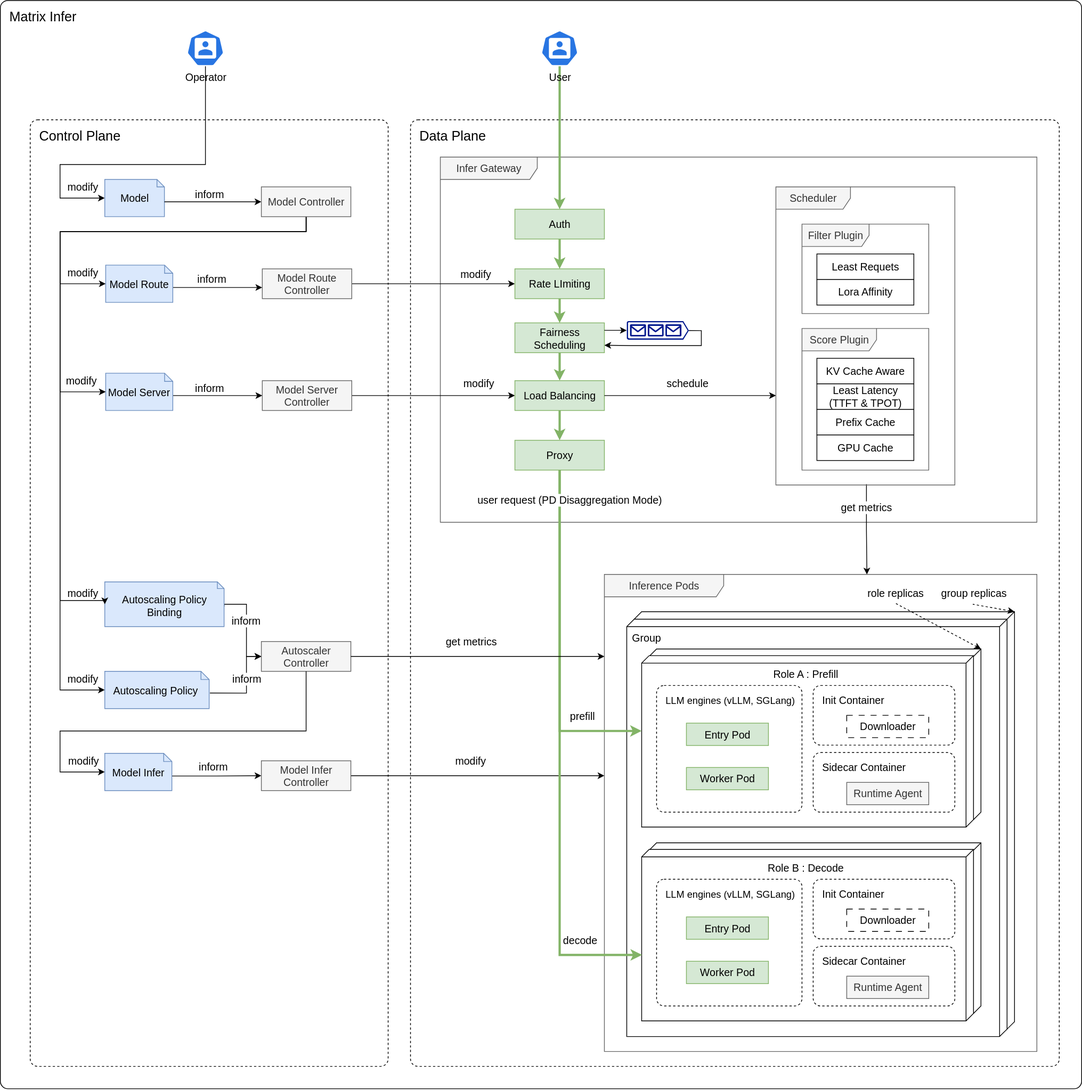
This is docs/matrixinfer/static/img/diagrams/architecture/architecture_overview.svg from matrixinfer-ai/kthena, a draw.io export, as it was before one commit. Source tidied: cells renumbered, new cells last; positions are measured from the earlier drawing's top-left corner, leaving out a move shared by most shapes.
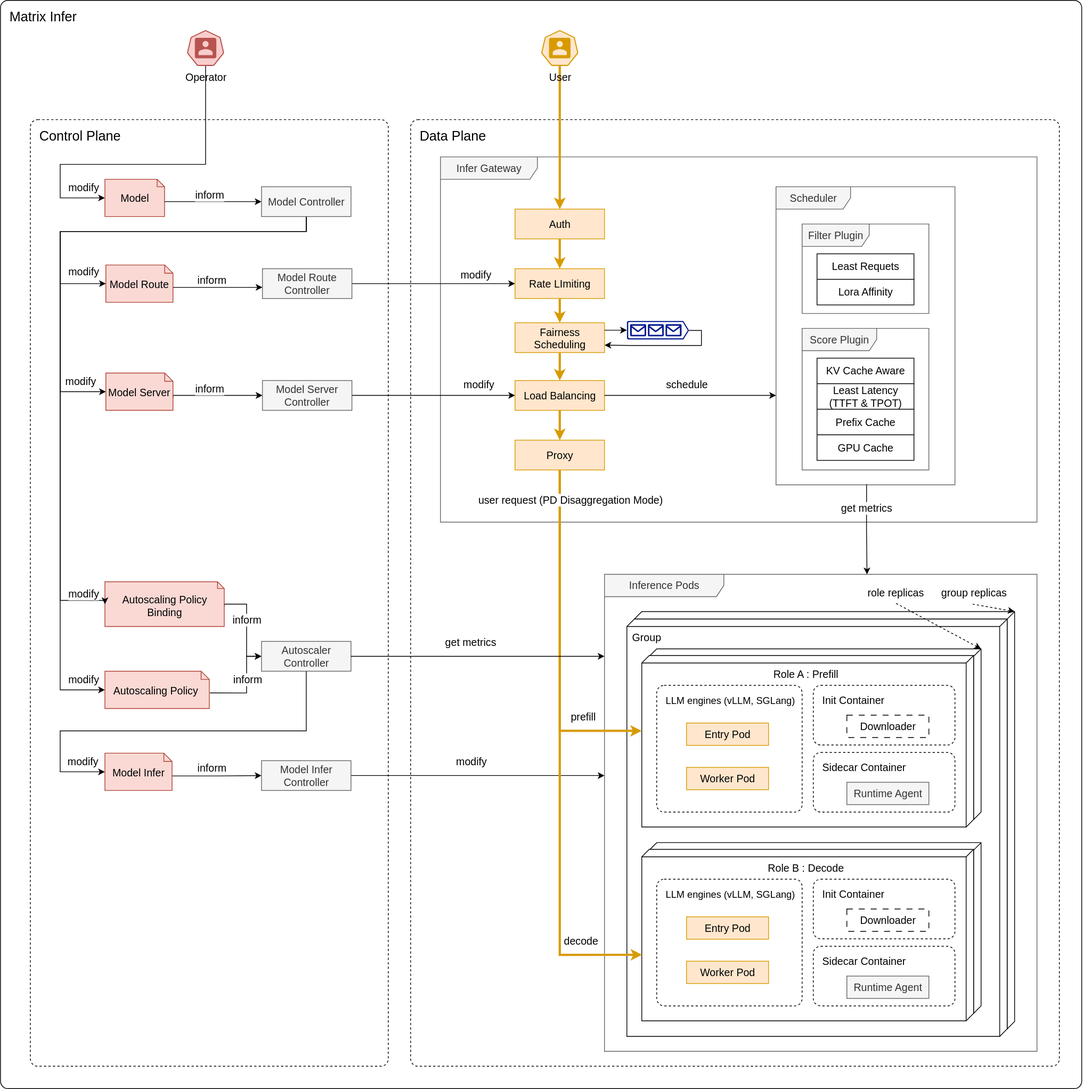
Above is the later version.

Commit message:
day time color

The edit, as a diff of the source:
```diff
@@ -43,6 +43,6 @@
     </mxCell>
-    <mxCell id="15" value="Entry Pod" style="html=1;align=center;verticalAlign=middle;dashed=0;whiteSpace=wrap;fillColor=#d5e8d4;strokeColor=#82b366;fontSize=14;" parent="6" vertex="1">
+    <mxCell id="15" value="Entry Pod" style="html=1;align=center;verticalAlign=middle;dashed=0;whiteSpace=wrap;fillColor=#ffe6cc;strokeColor=#d79b00;fontSize=14;" parent="6" vertex="1">
       <mxGeometry x="110" y="199.5" width="110" height="30" as="geometry" />
     </mxCell>
-    <mxCell id="16" value="Worker Pod" style="html=1;align=center;verticalAlign=middle;dashed=0;whiteSpace=wrap;fillColor=#d5e8d4;strokeColor=#82b366;fontSize=14;" parent="6" vertex="1">
+    <mxCell id="16" value="Worker Pod" style="html=1;align=center;verticalAlign=middle;dashed=0;whiteSpace=wrap;fillColor=#ffe6cc;strokeColor=#d79b00;fontSize=14;" parent="6" vertex="1">
       <mxGeometry x="110" y="259" width="110" height="30" as="geometry" />
@@ -70,6 +70,6 @@
     </mxCell>
-    <mxCell id="24" value="Entry Pod" style="html=1;align=center;verticalAlign=middle;dashed=0;whiteSpace=wrap;fillColor=#d5e8d4;strokeColor=#82b366;fontSize=14;" parent="6" vertex="1">
+    <mxCell id="24" value="Entry Pod" style="html=1;align=center;verticalAlign=middle;dashed=0;whiteSpace=wrap;fillColor=#ffe6cc;strokeColor=#d79b00;fontSize=14;" parent="6" vertex="1">
       <mxGeometry x="110" y="459.5" width="110" height="30" as="geometry" />
     </mxCell>
-    <mxCell id="25" value="Worker Pod" style="html=1;align=center;verticalAlign=middle;dashed=0;whiteSpace=wrap;fillColor=#d5e8d4;strokeColor=#82b366;fontSize=14;" parent="6" vertex="1">
+    <mxCell id="25" value="Worker Pod" style="html=1;align=center;verticalAlign=middle;dashed=0;whiteSpace=wrap;fillColor=#ffe6cc;strokeColor=#d79b00;fontSize=14;" parent="6" vertex="1">
       <mxGeometry x="110" y="519" width="110" height="30" as="geometry" />
@@ -91,6 +91,6 @@
     </mxCell>
-    <mxCell id="31" style="edgeStyle=orthogonalEdgeStyle;rounded=0;jettySize=auto;html=1;exitX=0.5;exitY=1;exitDx=0;exitDy=0;exitPerimeter=0;entryX=0.5;entryY=0;entryDx=0;entryDy=0;fillColor=#d5e8d4;strokeColor=#82b366;strokeWidth=3;fontSize=14;" parent="1" edge="1" source="32" target="59">
+    <mxCell id="31" style="edgeStyle=orthogonalEdgeStyle;rounded=0;jettySize=auto;html=1;exitX=0.5;exitY=1;exitDx=0;exitDy=0;exitPerimeter=0;entryX=0.5;entryY=0;entryDx=0;entryDy=0;fillColor=#ffe6cc;strokeColor=#d79b00;strokeWidth=3;fontSize=14;" parent="1" edge="1" source="32" target="59">
       <mxGeometry relative="1" as="geometry" />
     </mxCell>
-    <mxCell id="32" value="User" style="sketch=0;html=1;dashed=0;whitespace=wrap;verticalLabelPosition=bottom;verticalAlign=top;fillColor=#2875E2;strokeColor=#ffffff;points=[[0.005,0.63,0],[0.1,0.2,0],[0.9,0.2,0],[0.5,0,0],[0.995,0.63,0],[0.72,0.99,0],[0.5,1,0],[0.28,0.99,0]];shape=mxgraph.kubernetes.icon2;prIcon=user;fontSize=14;" parent="1" vertex="1">
+    <mxCell id="32" value="User" style="sketch=0;html=1;dashed=0;whitespace=wrap;verticalLabelPosition=bottom;verticalAlign=top;points=[[0.005,0.63,0],[0.1,0.2,0],[0.9,0.2,0],[0.5,0,0],[0.995,0.63,0],[0.72,0.99,0],[0.5,1,0],[0.28,0.99,0]];shape=mxgraph.kubernetes.icon2;prIcon=user;fontSize=14;fillColor=#ffe6cc;strokeColor=#d79b00;" parent="1" vertex="1">
       <mxGeometry x="725" y="40" width="50" height="48" as="geometry" />
@@ -105,3 +105,3 @@
     </mxCell>
-    <mxCell id="35" value="Model Route&lt;div&gt;Controller&lt;/div&gt;" style="fontStyle=0;html=1;whiteSpace=wrap;fillColor=#f5f5f5;fontColor=#333333;strokeColor=#666666;fontSize=14;" parent="1" vertex="1">
+    <mxCell id="35" value="Model Route&lt;div&gt;Controller&lt;/div&gt;" style="fontStyle=0;html=1;whiteSpace=wrap;fontSize=14;fillColor=#f5f5f5;strokeColor=#666666;fontColor=#333333;" parent="1" vertex="1">
       <mxGeometry x="351.2" y="360" width="120" height="40" as="geometry" />
@@ -120,3 +120,3 @@
     </mxCell>
-    <mxCell id="38" value="Autoscaling Policy Binding" style="shape=note2;boundedLbl=1;whiteSpace=wrap;html=1;size=9;verticalAlign=top;align=center;fillColor=#dae8fc;strokeColor=#6c8ebf;fontSize=14;" parent="1" vertex="1">
+    <mxCell id="38" value="Autoscaling Policy Binding" style="shape=note2;boundedLbl=1;whiteSpace=wrap;html=1;size=9;verticalAlign=top;align=center;fillColor=#fad9d5;strokeColor=#ae4132;fontSize=14;" parent="1" vertex="1">
       <mxGeometry x="140" y="780" width="160" height="60" as="geometry" />
@@ -136,3 +136,3 @@
     </mxCell>
-    <mxCell id="41" value="Autoscaling Policy&amp;nbsp;" style="shape=note2;boundedLbl=1;whiteSpace=wrap;html=1;size=11;verticalAlign=top;align=center;fillColor=#dae8fc;strokeColor=#6c8ebf;fontSize=14;" parent="1" vertex="1">
+    <mxCell id="41" value="Autoscaling Policy&amp;nbsp;" style="shape=note2;boundedLbl=1;whiteSpace=wrap;html=1;size=11;verticalAlign=top;align=center;fillColor=#fad9d5;strokeColor=#ae4132;fontSize=14;" parent="1" vertex="1">
       <mxGeometry x="140" y="900" width="140" height="50" as="geometry" />
@@ -152,3 +152,3 @@
     </mxCell>
-    <mxCell id="44" value="Model Route" style="shape=note2;boundedLbl=1;whiteSpace=wrap;html=1;size=11;verticalAlign=top;align=center;fillColor=#dae8fc;strokeColor=#6c8ebf;fontSize=14;" parent="1" vertex="1">
+    <mxCell id="44" value="Model Route" style="shape=note2;boundedLbl=1;whiteSpace=wrap;html=1;size=11;verticalAlign=top;align=center;fillColor=#fad9d5;strokeColor=#ae4132;fontSize=14;" parent="1" vertex="1">
       <mxGeometry x="141.2" y="355" width="90" height="50" as="geometry" />
@@ -167,3 +167,3 @@
     </mxCell>
-    <mxCell id="47" value="Model Server" style="shape=note2;boundedLbl=1;whiteSpace=wrap;html=1;size=11;verticalAlign=top;align=center;fillColor=#dae8fc;strokeColor=#6c8ebf;fontSize=14;" parent="1" vertex="1">
+    <mxCell id="47" value="Model Server" style="shape=note2;boundedLbl=1;whiteSpace=wrap;html=1;size=11;verticalAlign=top;align=center;fillColor=#fad9d5;strokeColor=#ae4132;fontSize=14;" parent="1" vertex="1">
       <mxGeometry x="141.2" y="500" width="90" height="50" as="geometry" />
@@ -238,9 +238,9 @@
     </mxCell>
-    <mxCell id="58" style="edgeStyle=orthogonalEdgeStyle;rounded=0;jettySize=auto;html=1;exitX=0.5;exitY=1;exitDx=0;exitDy=0;entryX=0.5;entryY=0;entryDx=0;entryDy=0;fillColor=#d5e8d4;strokeColor=#82b366;strokeWidth=3;fontSize=14;" parent="1" edge="1" source="59" target="85">
+    <mxCell id="58" style="edgeStyle=orthogonalEdgeStyle;rounded=0;jettySize=auto;html=1;exitX=0.5;exitY=1;exitDx=0;exitDy=0;entryX=0.5;entryY=0;entryDx=0;entryDy=0;fillColor=#ffe6cc;strokeColor=#d79b00;strokeWidth=3;fontSize=14;" parent="1" edge="1" source="59" target="85">
       <mxGeometry relative="1" as="geometry" />
     </mxCell>
-    <mxCell id="59" value="Auth" style="fontStyle=0;html=1;whiteSpace=wrap;fillColor=#d5e8d4;strokeColor=#82b366;fontSize=14;" parent="1" vertex="1">
+    <mxCell id="59" value="Auth" style="fontStyle=0;html=1;whiteSpace=wrap;fillColor=#ffe6cc;strokeColor=#d79b00;fontSize=14;" parent="1" vertex="1">
       <mxGeometry x="690" y="280" width="120" height="40" as="geometry" />
     </mxCell>
-    <mxCell id="60" value="Proxy" style="fontStyle=0;html=1;whiteSpace=wrap;fillColor=#d5e8d4;strokeColor=#82b366;fontSize=14;" parent="1" vertex="1">
+    <mxCell id="60" value="Proxy" style="fontStyle=0;html=1;whiteSpace=wrap;fillColor=#ffe6cc;strokeColor=#d79b00;fontSize=14;" parent="1" vertex="1">
       <mxGeometry x="690" y="590" width="120" height="40" as="geometry" />
@@ -256,9 +256,9 @@
     </mxCell>
-    <mxCell id="62" value="Operator" style="sketch=0;html=1;dashed=0;whitespace=wrap;verticalLabelPosition=bottom;verticalAlign=top;fillColor=#2875E2;strokeColor=#ffffff;points=[[0.005,0.63,0],[0.1,0.2,0],[0.9,0.2,0],[0.5,0,0],[0.995,0.63,0],[0.72,0.99,0],[0.5,1,0],[0.28,0.99,0]];shape=mxgraph.kubernetes.icon2;prIcon=user;fontSize=14;" parent="1" vertex="1">
+    <mxCell id="62" value="Operator" style="sketch=0;html=1;dashed=0;whitespace=wrap;verticalLabelPosition=bottom;verticalAlign=top;points=[[0.005,0.63,0],[0.1,0.2,0],[0.9,0.2,0],[0.5,0,0],[0.995,0.63,0],[0.72,0.99,0],[0.5,1,0],[0.28,0.99,0]];shape=mxgraph.kubernetes.icon2;prIcon=user;fontSize=14;fillColor=#f8cecc;strokeColor=#b85450;" parent="1" vertex="1">
       <mxGeometry x="250" y="40" width="50" height="48" as="geometry" />
     </mxCell>
-    <mxCell id="63" style="edgeStyle=orthogonalEdgeStyle;rounded=0;jettySize=auto;html=1;exitX=0.5;exitY=1;exitDx=0;exitDy=0;entryX=0.5;entryY=0;entryDx=0;entryDy=0;fillColor=#d5e8d4;strokeColor=#82b366;strokeWidth=3;fontSize=14;" parent="1" edge="1" source="86" target="60">
+    <mxCell id="63" style="edgeStyle=orthogonalEdgeStyle;rounded=0;jettySize=auto;html=1;exitX=0.5;exitY=1;exitDx=0;exitDy=0;entryX=0.5;entryY=0;entryDx=0;entryDy=0;fillColor=#ffe6cc;strokeColor=#d79b00;strokeWidth=3;fontSize=14;" parent="1" edge="1" source="86" target="60">
       <mxGeometry relative="1" as="geometry" />
     </mxCell>
-    <mxCell id="64" style="edgeStyle=orthogonalEdgeStyle;rounded=0;jettySize=auto;html=1;exitX=0.5;exitY=1;exitDx=0;exitDy=0;entryX=0.615;entryY=0.999;entryDx=0;entryDy=0;entryPerimeter=0;fillColor=#d5e8d4;strokeColor=#82b366;strokeWidth=3;fontSize=14;" parent="1" edge="1" source="60" target="19">
+    <mxCell id="64" style="edgeStyle=orthogonalEdgeStyle;rounded=0;jettySize=auto;html=1;exitX=0.5;exitY=1;exitDx=0;exitDy=0;entryX=0.615;entryY=0.999;entryDx=0;entryDy=0;entryPerimeter=0;fillColor=#ffe6cc;strokeColor=#d79b00;strokeWidth=3;fontSize=14;" parent="1" edge="1" source="60" target="19">
       <mxGeometry relative="1" as="geometry" />
@@ -278,3 +278,3 @@
     </mxCell>
-    <mxCell id="67" style="edgeStyle=orthogonalEdgeStyle;rounded=0;jettySize=auto;html=1;exitX=0.5;exitY=1;exitDx=0;exitDy=0;fillColor=#d5e8d4;strokeColor=#82b366;strokeWidth=3;fontSize=14;" parent="1" edge="1" source="60">
+    <mxCell id="67" style="edgeStyle=orthogonalEdgeStyle;rounded=0;jettySize=auto;html=1;exitX=0.5;exitY=1;exitDx=0;exitDy=0;fillColor=#ffe6cc;strokeColor=#d79b00;strokeWidth=3;fontSize=14;" parent="1" edge="1" source="60">
       <mxGeometry relative="1" as="geometry">
@@ -304,3 +304,3 @@
     </mxCell>
-    <mxCell id="72" value="Model" style="shape=note2;boundedLbl=1;whiteSpace=wrap;html=1;size=10;verticalAlign=top;align=center;fillColor=#dae8fc;strokeColor=#6c8ebf;fontSize=14;" parent="1" vertex="1">
+    <mxCell id="72" value="Model" style="shape=note2;boundedLbl=1;whiteSpace=wrap;html=1;size=10;verticalAlign=top;align=center;fillColor=#fad9d5;strokeColor=#ae4132;fontSize=14;" parent="1" vertex="1">
       <mxGeometry x="140" y="240" width="80" height="50" as="geometry" />
@@ -320,3 +320,3 @@
     </mxCell>
-    <mxCell id="75" value="Model Controller" style="fontStyle=0;html=1;whiteSpace=wrap;fillColor=#f5f5f5;fontColor=#333333;strokeColor=#666666;fontSize=14;" parent="1" vertex="1">
+    <mxCell id="75" value="Model Controller" style="fontStyle=0;html=1;whiteSpace=wrap;fontSize=14;fillColor=#f5f5f5;strokeColor=#666666;fontColor=#333333;" parent="1" vertex="1">
       <mxGeometry x="350" y="250" width="120" height="40" as="geometry" />
@@ -331,12 +331,12 @@
     </mxCell>
-    <mxCell id="78" value="Model Infer" style="shape=note2;boundedLbl=1;whiteSpace=wrap;html=1;size=11;verticalAlign=top;align=center;fillColor=#dae8fc;strokeColor=#6c8ebf;fontSize=14;" parent="1" vertex="1">
+    <mxCell id="78" value="Model Infer" style="shape=note2;boundedLbl=1;whiteSpace=wrap;html=1;size=11;verticalAlign=top;align=center;fillColor=#fad9d5;strokeColor=#ae4132;fontSize=14;" parent="1" vertex="1">
       <mxGeometry x="140" y="1010" width="90" height="50" as="geometry" />
     </mxCell>
-    <mxCell id="79" value="Model Infer Controller" style="fontStyle=0;html=1;whiteSpace=wrap;fillColor=#f5f5f5;fontColor=#333333;strokeColor=#666666;fontSize=14;" parent="1" vertex="1">
+    <mxCell id="79" value="Model Infer Controller" style="fontStyle=0;html=1;whiteSpace=wrap;fontSize=14;fillColor=#f5f5f5;strokeColor=#666666;fontColor=#333333;" parent="1" vertex="1">
       <mxGeometry x="350" y="1020" width="120" height="40" as="geometry" />
     </mxCell>
-    <mxCell id="80" value="Model Server Controller" style="fontStyle=0;html=1;whiteSpace=wrap;fillColor=#f5f5f5;fontColor=#333333;strokeColor=#666666;fontSize=14;" parent="1" vertex="1">
+    <mxCell id="80" value="Model Server Controller" style="fontStyle=0;html=1;whiteSpace=wrap;fontSize=14;fillColor=#f5f5f5;strokeColor=#666666;fontColor=#333333;" parent="1" vertex="1">
       <mxGeometry x="351.2" y="510" width="120" height="40" as="geometry" />
     </mxCell>
-    <mxCell id="81" value="Autoscaler Controller" style="fontStyle=0;html=1;whiteSpace=wrap;fillColor=#f5f5f5;fontColor=#333333;strokeColor=#666666;fontSize=14;" parent="1" vertex="1">
+    <mxCell id="81" value="Autoscaler Controller" style="fontStyle=0;html=1;whiteSpace=wrap;fontSize=14;fillColor=#f5f5f5;strokeColor=#666666;fontColor=#333333;" parent="1" vertex="1">
       <mxGeometry x="350" y="860" width="120" height="40" as="geometry" />
@@ -357,12 +357,12 @@
     </mxCell>
-    <mxCell id="84" style="edgeStyle=orthogonalEdgeStyle;rounded=0;jettySize=auto;html=1;exitX=0.5;exitY=1;exitDx=0;exitDy=0;entryX=0.5;entryY=0;entryDx=0;entryDy=0;fillColor=#d5e8d4;strokeColor=#82b366;strokeWidth=3;fontSize=14;" parent="1" edge="1" source="85" target="94">
+    <mxCell id="84" style="edgeStyle=orthogonalEdgeStyle;rounded=0;jettySize=auto;html=1;exitX=0.5;exitY=1;exitDx=0;exitDy=0;entryX=0.5;entryY=0;entryDx=0;entryDy=0;fillColor=#ffe6cc;strokeColor=#d79b00;strokeWidth=3;fontSize=14;" parent="1" edge="1" source="85" target="94">
       <mxGeometry relative="1" as="geometry" />
     </mxCell>
-    <mxCell id="85" value="Rate LImiting" style="fontStyle=0;html=1;whiteSpace=wrap;fillColor=#d5e8d4;strokeColor=#82b366;fontSize=14;" parent="1" vertex="1">
+    <mxCell id="85" value="Rate LImiting" style="fontStyle=0;html=1;whiteSpace=wrap;fillColor=#ffe6cc;strokeColor=#d79b00;fontSize=14;" parent="1" vertex="1">
       <mxGeometry x="690" y="360" width="120" height="40" as="geometry" />
     </mxCell>
-    <mxCell id="86" value="Load Balancing" style="fontStyle=0;html=1;whiteSpace=wrap;fillColor=#d5e8d4;strokeColor=#82b366;fontSize=14;" parent="1" vertex="1">
+    <mxCell id="86" value="Load Balancing" style="fontStyle=0;html=1;whiteSpace=wrap;fillColor=#ffe6cc;strokeColor=#d79b00;fontSize=14;" parent="1" vertex="1">
       <mxGeometry x="690" y="510" width="120" height="40" as="geometry" />
     </mxCell>
-    <mxCell id="87" style="edgeStyle=orthogonalEdgeStyle;rounded=0;jettySize=auto;html=1;exitX=0.5;exitY=1;exitDx=0;exitDy=0;entryX=0.5;entryY=0;entryDx=0;entryDy=0;fillColor=#d5e8d4;strokeColor=#82b366;strokeWidth=3;fontSize=14;" parent="1" edge="1" source="94" target="86">
+    <mxCell id="87" style="edgeStyle=orthogonalEdgeStyle;rounded=0;jettySize=auto;html=1;exitX=0.5;exitY=1;exitDx=0;exitDy=0;entryX=0.5;entryY=0;entryDx=0;entryDy=0;fillColor=#ffe6cc;strokeColor=#d79b00;strokeWidth=3;fontSize=14;" parent="1" edge="1" source="94" target="86">
       <mxGeometry relative="1" as="geometry" />
@@ -397,3 +397,3 @@
     </mxCell>
-    <mxCell id="94" value="Fairness Scheduling" style="fontStyle=0;html=1;whiteSpace=wrap;fillColor=#d5e8d4;strokeColor=#82b366;fontSize=14;" parent="91" vertex="1">
+    <mxCell id="94" value="Fairness Scheduling" style="fontStyle=0;html=1;whiteSpace=wrap;fillColor=#ffe6cc;strokeColor=#d79b00;fontSize=14;" parent="91" vertex="1">
       <mxGeometry y="2.5" width="120" height="40" as="geometry" />
```
